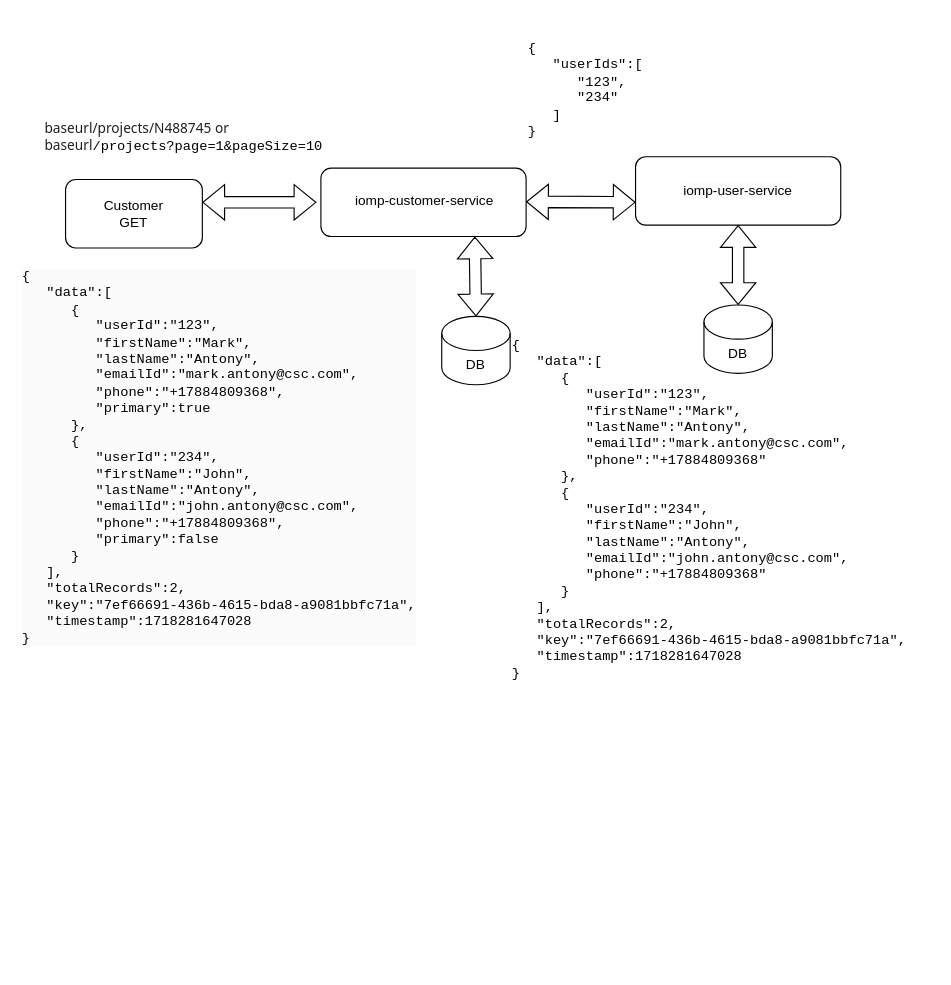
Before: src/main/java/com/wesco/model/Untitled Diagram.drawio in wesco-chandanabuduru/common-entities, a draw.io diagram. Source tidied: cells renumbered, new cells numbered last; positions are measured from the earlier drawing's top-left corner, leaving out a move shared by most shapes. Both pictures are drawn from the tidied source at 114%, with x=0, y=0 at pixel (19, 19).
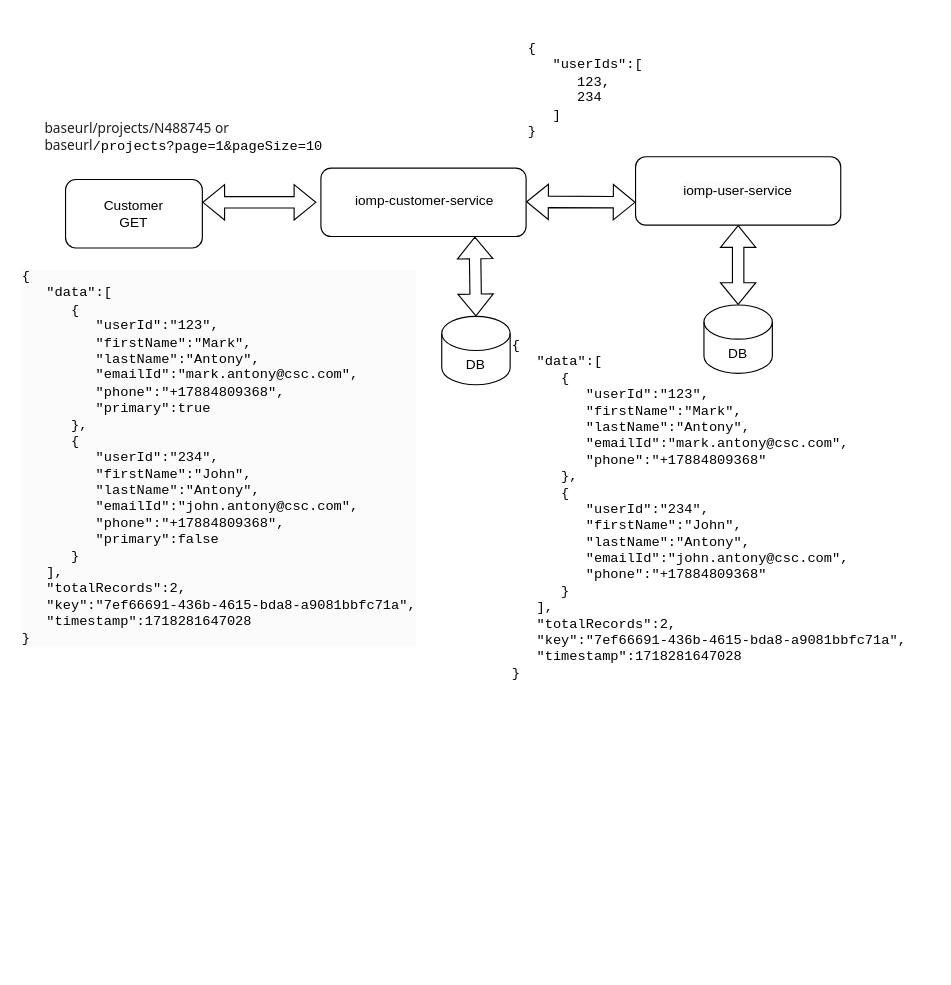
The same page after the edit.

The edit, as a diff of the source:
```diff
@@
 <mxGraphModel>
   <root>
     <mxCell id="0" />
     <mxCell id="1" parent="0" />
     <mxCell id="2" value="&lt;div&gt;Customer&lt;/div&gt;&lt;div&gt;GET&lt;/div&gt;" style="rounded=1;whiteSpace=wrap;html=1;" parent="1" vertex="1">
       <mxGeometry x="40" y="140" width="120" height="60" as="geometry" />
     </mxCell>
     <mxCell id="3" style="rounded=1;whiteSpace=wrap;html=1;" parent="1" vertex="1">
       <mxGeometry x="264" y="130" width="180" height="60" as="geometry" />
     </mxCell>
     <mxCell id="4" value="iomp-customer-service" style="text;html=1;align=center;verticalAlign=middle;whiteSpace=wrap;rounded=0;" parent="1" vertex="1">
       <mxGeometry x="290" y="147.5" width="130" height="22.5" as="geometry" />
     </mxCell>
     <mxCell id="5" style="shape=flexArrow;endArrow=classic;startArrow=classic;html=1;rounded=0;" parent="1" edge="1">
       <mxGeometry relative="1" as="geometry">
         <mxPoint x="160" y="160" as="sourcePoint" />
         <mxPoint x="260" y="160" as="targetPoint" />
       </mxGeometry>
     </mxCell>
     <mxCell id="6" style="shape=flexArrow;endArrow=classic;startArrow=classic;html=1;rounded=0;" parent="1" edge="1">
       <mxGeometry relative="1" as="geometry">
         <mxPoint x="444" y="159.5" as="sourcePoint" />
         <mxPoint x="540" y="160" as="targetPoint" />
       </mxGeometry>
     </mxCell>
     <mxCell id="7" value="DB" style="shape=cylinder3;whiteSpace=wrap;html=1;boundedLbl=1;backgroundOutline=1;size=15;" parent="1" vertex="1">
       <mxGeometry x="370" y="260" width="60" height="60" as="geometry" />
     </mxCell>
     <mxCell id="8" value="&lt;pre style=&quot;margin-top: 0px;&quot;&gt;&lt;pre&gt;&lt;pre&gt;&lt;pre&gt;&lt;span dir=&quot;ltr&quot; class=&quot;ui-provider a b c d e f g h i j k l m n o p q r s t u v w x y z ab ac ae af ag ah ai aj ak&quot;&gt;&lt;pre&gt;&lt;span style=&quot;color: rgb(31, 31, 31); font-family: system-ui, sans-serif; white-space: normal; background-color: rgb(255, 255, 255);&quot;&gt;baseurl/projects/N488745 or baseurl&lt;/span&gt;/projects?page=1&amp;amp;pageSize=10&lt;br&gt;&lt;/pre&gt;&lt;/span&gt;&lt;/pre&gt;&lt;/pre&gt;&lt;/pre&gt;&lt;/pre&gt;" style="text;html=1;whiteSpace=wrap;overflow=hidden;rounded=0;align=left;" parent="1" vertex="1">
       <mxGeometry x="20" y="70" width="360" height="60" as="geometry" />
     </mxCell>
     <mxCell id="9" value="&lt;span style=&quot;color: rgb(0, 0, 0); font-family: Helvetica; font-size: 12px; font-style: normal; font-variant-ligatures: normal; font-variant-caps: normal; font-weight: 400; letter-spacing: normal; orphans: 2; text-align: center; text-indent: 0px; text-transform: none; widows: 2; word-spacing: 0px; -webkit-text-stroke-width: 0px; white-space: normal; background-color: rgb(251, 251, 251); text-decoration-thickness: initial; text-decoration-style: initial; text-decoration-color: initial; display: inline !important; float: none;&quot;&gt;iomp-user-service&lt;/span&gt;" style="rounded=1;whiteSpace=wrap;html=1;" parent="1" vertex="1">
       <mxGeometry x="540" y="120" width="180" height="60" as="geometry" />
     </mxCell>
     <mxCell id="10" value="DB" style="shape=cylinder3;whiteSpace=wrap;html=1;boundedLbl=1;backgroundOutline=1;size=15;" parent="1" vertex="1">
       <mxGeometry x="600" y="250" width="60" height="60" as="geometry" />
     </mxCell>
     <mxCell id="11" style="shape=flexArrow;endArrow=classic;startArrow=classic;html=1;rounded=0;entryX=0.75;entryY=1;entryDx=0;entryDy=0;exitX=0.5;exitY=0;exitDx=0;exitDy=0;exitPerimeter=0;" parent="1" edge="1" source="7" target="3">
       <mxGeometry relative="1" as="geometry" />
     </mxCell>
     <mxCell id="12" style="shape=flexArrow;endArrow=classic;startArrow=classic;html=1;rounded=0;exitX=0.5;exitY=0;exitDx=0;exitDy=0;exitPerimeter=0;entryX=0.5;entryY=1;entryDx=0;entryDy=0;" parent="1" edge="1" source="10" target="9">
       <mxGeometry relative="1" as="geometry" />
     </mxCell>
-    <mxCell id="13" value="&lt;pre style=&quot;margin-top: 0px;&quot;&gt;&lt;pre&gt;&lt;pre&gt;&lt;pre&gt;&lt;span dir=&quot;ltr&quot; class=&quot;ui-provider a b c d e f g h i j k l m n o p q r s t u v w x y z ab ac ae af ag ah ai aj ak&quot;&gt;&lt;pre&gt;{&lt;br/&gt;   &quot;userIds&quot;:[&lt;br/&gt;      &quot;123&quot;,&lt;br/&gt;      &quot;234&quot;&lt;br/&gt;   ]&lt;br/&gt;}&lt;br&gt;&lt;/pre&gt;&lt;/span&gt;&lt;/pre&gt;&lt;/pre&gt;&lt;/pre&gt;&lt;/pre&gt;" style="text;html=1;whiteSpace=wrap;overflow=hidden;rounded=0;align=left;" parent="1" vertex="1">
+    <mxCell id="13" value="&lt;pre style=&quot;margin-top: 0px;&quot;&gt;&lt;pre&gt;&lt;pre&gt;&lt;pre&gt;&lt;span dir=&quot;ltr&quot; class=&quot;ui-provider a b c d e f g h i j k l m n o p q r s t u v w x y z ab ac ae af ag ah ai aj ak&quot;&gt;&lt;pre&gt;{&lt;br&gt;   &quot;userIds&quot;:[&lt;br&gt;      123,&lt;br&gt;      234&lt;br&gt;   ]&lt;br&gt;}&lt;br&gt;&lt;/pre&gt;&lt;/span&gt;&lt;/pre&gt;&lt;/pre&gt;&lt;/pre&gt;&lt;/pre&gt;" style="text;html=1;whiteSpace=wrap;overflow=hidden;rounded=0;align=left;" parent="1" vertex="1">
       <mxGeometry x="444" width="300" height="120" as="geometry" />
     </mxCell>
     <mxCell id="14" value="&lt;pre style=&quot;margin-top: 0px;&quot;&gt;&lt;pre&gt;&lt;pre&gt;&lt;pre&gt;&lt;span dir=&quot;ltr&quot; class=&quot;ui-provider a b c d e f g h i j k l m n o p q r s t u v w x y z ab ac ae af ag ah ai aj ak&quot;&gt;&lt;pre&gt;{&lt;br&gt;   &quot;data&quot;:[&lt;br&gt;      {&lt;br&gt;         &quot;userId&quot;:&quot;123&quot;,&lt;br&gt;         &quot;firstName&quot;:&quot;Mark&quot;,&lt;br&gt;         &quot;lastName&quot;:&quot;Antony&quot;,&lt;br&gt;         &quot;emailId&quot;:&quot;mark.antony@csc.com&quot;,&lt;br&gt;         &quot;phone&quot;:&quot;+17884809368&quot;&lt;br&gt;      },&lt;br&gt;      {&lt;br&gt;         &quot;userId&quot;:&quot;234&quot;,&lt;br&gt;         &quot;firstName&quot;:&quot;John&quot;,&lt;br&gt;         &quot;lastName&quot;:&quot;Antony&quot;,&lt;br&gt;         &quot;emailId&quot;:&quot;john.antony@csc.com&quot;,&lt;br&gt;         &quot;phone&quot;:&quot;+17884809368&quot;&lt;br&gt;      }&lt;br&gt;   ],&lt;br&gt;   &quot;totalRecords&quot;:2,&lt;br&gt;   &quot;key&quot;:&quot;7ef66691-436b-4615-bda8-a9081bbfc71a&quot;,&lt;br&gt;   &quot;timestamp&quot;:1718281647028&lt;br&gt;}&lt;br&gt;&lt;/pre&gt;&lt;/span&gt;&lt;/pre&gt;&lt;/pre&gt;&lt;/pre&gt;&lt;/pre&gt;" style="text;html=1;whiteSpace=wrap;overflow=hidden;rounded=0;align=left;" parent="1" vertex="1">
       <mxGeometry x="430" y="260" width="370" height="340" as="geometry" />
     </mxCell>
     <mxCell id="15" value="&lt;pre style=&quot;background:#FBFBFB&quot;&gt;{&lt;br/&gt;   &quot;data&quot;:[&lt;br/&gt;      {&lt;br/&gt;         &quot;userId&quot;:&quot;123&quot;,&lt;br/&gt;         &quot;firstName&quot;:&quot;Mark&quot;,&lt;br/&gt;         &quot;lastName&quot;:&quot;Antony&quot;,&lt;br/&gt;         &quot;emailId&quot;:&quot;mark.antony@csc.com&quot;,&lt;br/&gt;         &quot;phone&quot;:&quot;+17884809368&quot;,&lt;br/&gt;         &quot;primary&quot;:true&lt;br/&gt;      },&lt;br/&gt;      {&lt;br/&gt;         &quot;userId&quot;:&quot;234&quot;,&lt;br/&gt;         &quot;firstName&quot;:&quot;John&quot;,&lt;br/&gt;         &quot;lastName&quot;:&quot;Antony&quot;,&lt;br/&gt;         &quot;emailId&quot;:&quot;john.antony@csc.com&quot;,&lt;br/&gt;         &quot;phone&quot;:&quot;+17884809368&quot;,&lt;br/&gt;         &quot;primary&quot;:false&lt;br/&gt;      }&lt;br/&gt;   ],&lt;br/&gt;   &quot;totalRecords&quot;:2,&lt;br/&gt;   &quot;key&quot;:&quot;7ef66691-436b-4615-bda8-a9081bbfc71a&quot;,&lt;br/&gt;   &quot;timestamp&quot;:1718281647028&lt;br/&gt;}&lt;br&gt;&lt;/pre&gt;" style="text;whiteSpace=wrap;html=1;" parent="1" vertex="1">
       <mxGeometry y="200" width="310" height="630" as="geometry" />
     </mxCell>
   </root>
 </mxGraphModel>
```
